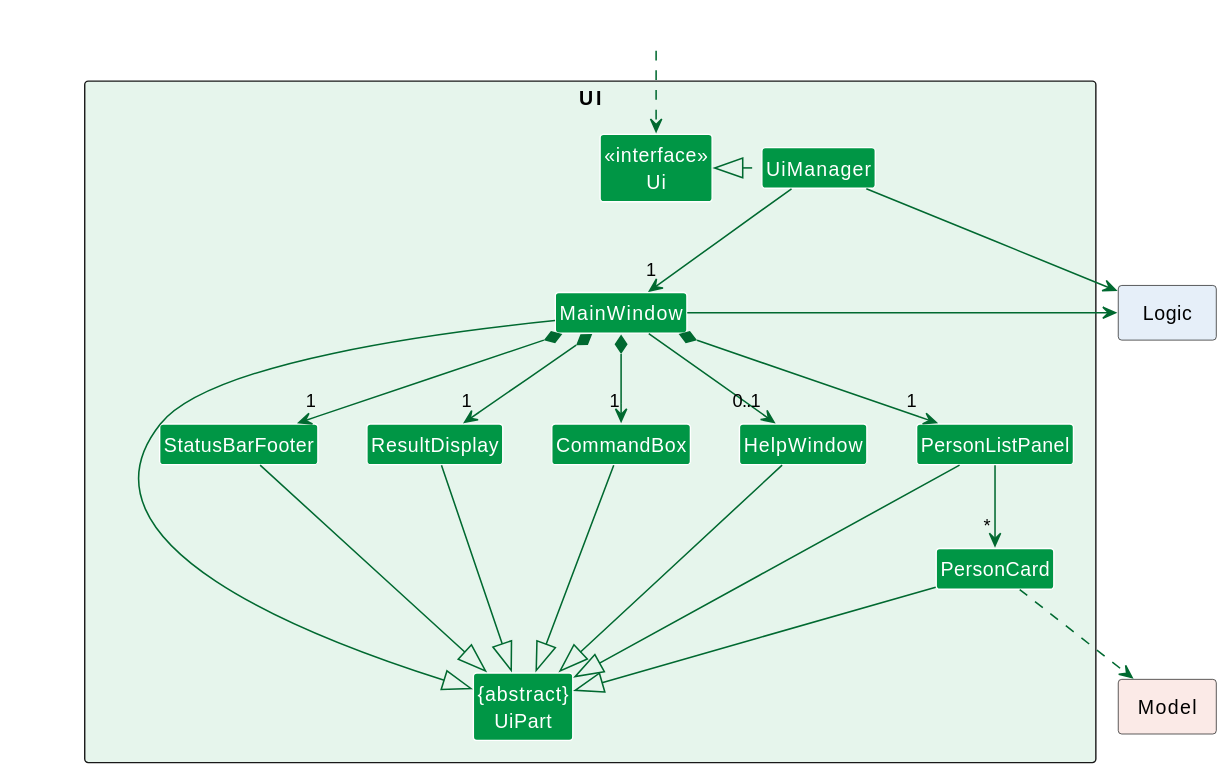
The PlantUML diagram docs/images/UiClassDiagram.svg in nus-cs2103-AY2223S2/tp, before a commit. The source it was exported from:
```plantuml
@startuml
!include style.puml
skinparam arrowThickness 1.1
skinparam arrowColor UI_COLOR_DARK
skinparam classBackgroundColor UI_COLOR

package UI <<Rectangle>> UI_COLOR_BACKGROUND {
Class "<<interface>>\nUi" as Ui
Class "{abstract}\nUiPart" as UiPart
Class UiManager
Class MainWindow
Class HelpWindow
Class ResultDisplay
Class PersonListPanel
Class PersonCard
Class StatusBarFooter
Class CommandBox
}

package Model <<Rectangle>> MODEL_COLOR_BACKGROUND {
}

package Logic <<Rectangle>> LOGIC_COLOR_BACKGROUND {
}

Class HiddenOutside #FFFFFF
HiddenOutside ..> Ui

UiManager .left.|> Ui
UiManager -down-> "1" MainWindow
MainWindow *-down->  "1" CommandBox
MainWindow *-down-> "1" ResultDisplay
MainWindow *-down-> "1" PersonListPanel
MainWindow *-down-> "1" StatusBarFooter
MainWindow --> "0..1" HelpWindow

PersonListPanel -down-> "*" PersonCard

MainWindow -left-|> UiPart

ResultDisplay --|> UiPart
CommandBox --|> UiPart
PersonListPanel --|> UiPart
PersonCard --|> UiPart
StatusBarFooter --|> UiPart
HelpWindow --|> UiPart

PersonCard ..> Model
UiManager -right-> Logic
MainWindow -right-> Logic

PersonListPanel -[hidden]left- HelpWindow
HelpWindow -[hidden]left- CommandBox
CommandBox -[hidden]left- ResultDisplay
ResultDisplay -[hidden]left- StatusBarFooter

MainWindow -[hidden]-|> UiPart
@enduml
```
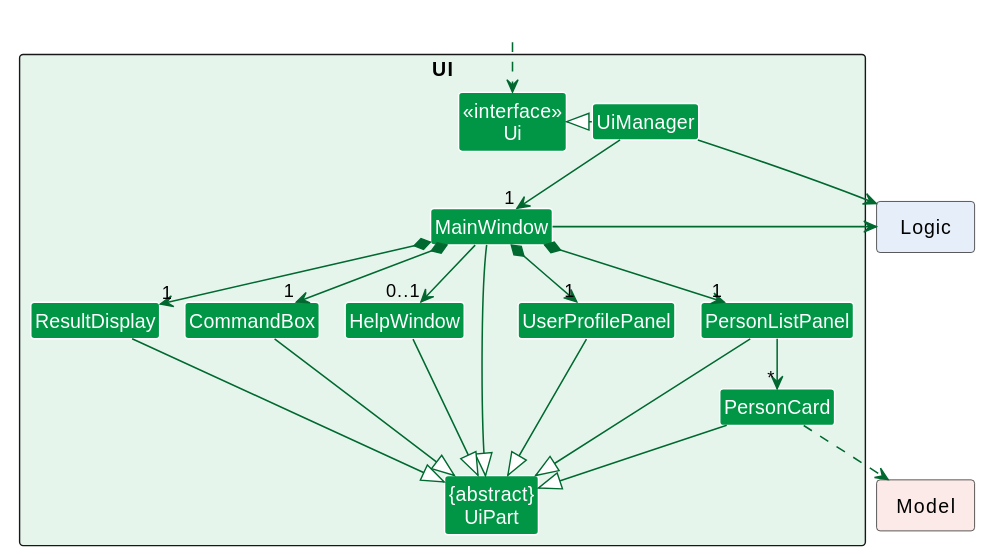
Above is the later version.

Change to the diagram source:
```diff
@@ -1,4 +1,5 @@
 @startuml
+!pragma layout smetana
 !include style.puml
 skinparam arrowThickness 1.1
 skinparam arrowColor UI_COLOR_DARK
@@ -13,7 +14,7 @@
 Class ResultDisplay
 Class PersonListPanel
 Class PersonCard
-Class StatusBarFooter
+Class UserProfilePanel
 Class CommandBox
 }
 
@@ -28,21 +29,21 @@
 
 UiManager .left.|> Ui
 UiManager -down-> "1" MainWindow
+MainWindow *-down-> "1" UserProfilePanel
 MainWindow *-down->  "1" CommandBox
 MainWindow *-down-> "1" ResultDisplay
 MainWindow *-down-> "1" PersonListPanel
-MainWindow *-down-> "1" StatusBarFooter
 MainWindow --> "0..1" HelpWindow
 
 PersonListPanel -down-> "*" PersonCard
 
-MainWindow -left-|> UiPart
+MainWindow --|> UiPart
 
 ResultDisplay --|> UiPart
 CommandBox --|> UiPart
 PersonListPanel --|> UiPart
 PersonCard --|> UiPart
-StatusBarFooter --|> UiPart
+UserProfilePanel --|> UiPart
 HelpWindow --|> UiPart
 
 PersonCard ..> Model
@@ -52,7 +53,8 @@
 PersonListPanel -[hidden]left- HelpWindow
 HelpWindow -[hidden]left- CommandBox
 CommandBox -[hidden]left- ResultDisplay
-ResultDisplay -[hidden]left- StatusBarFooter
+UserProfilePanel -[hidden]left- HelpWindow
+
 
 MainWindow -[hidden]-|> UiPart
 @enduml
```
